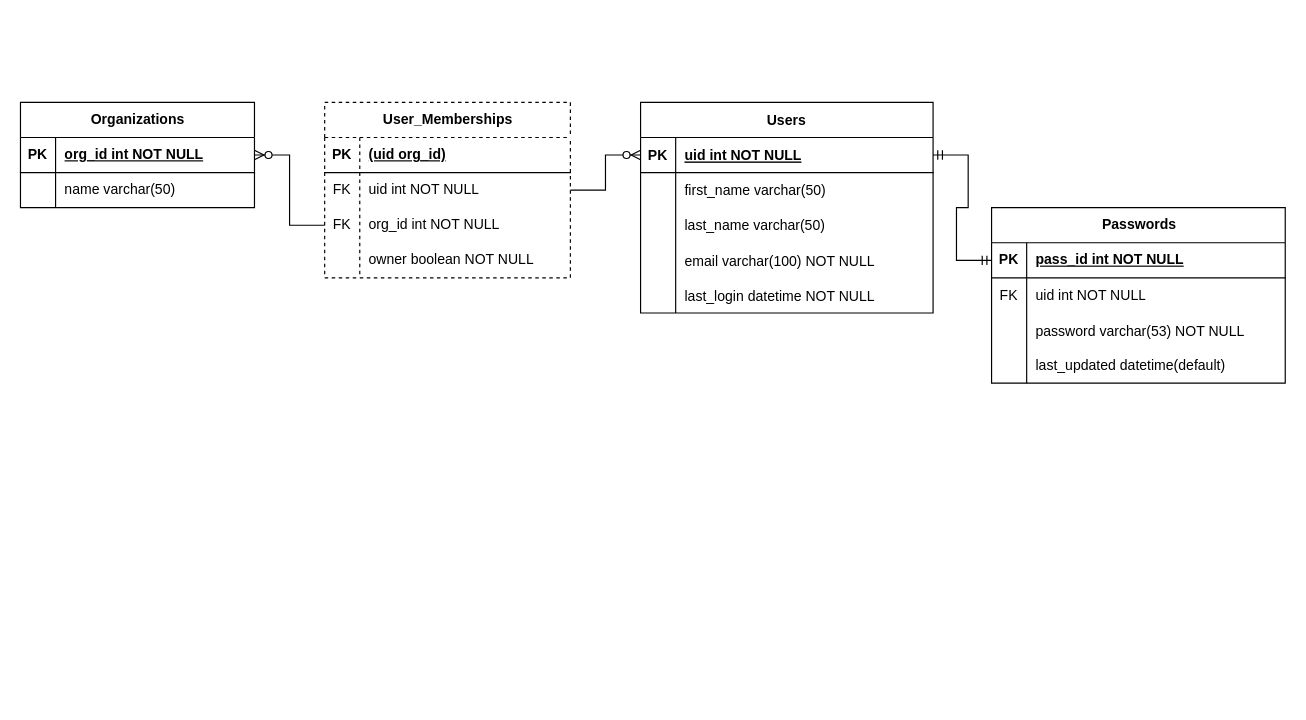
The draw.io diagram .diagrams/ERD_hindsite.drawio in Bilgecrank/hindsite, before the edit. Source tidied: cells renumbered, new cells numbered last; positions are measured from the earlier drawing's top-left corner, leaving out a move shared by most shapes. Both pictures are drawn from the tidied source at 117%, with x=0, y=0 at pixel (20, 102).
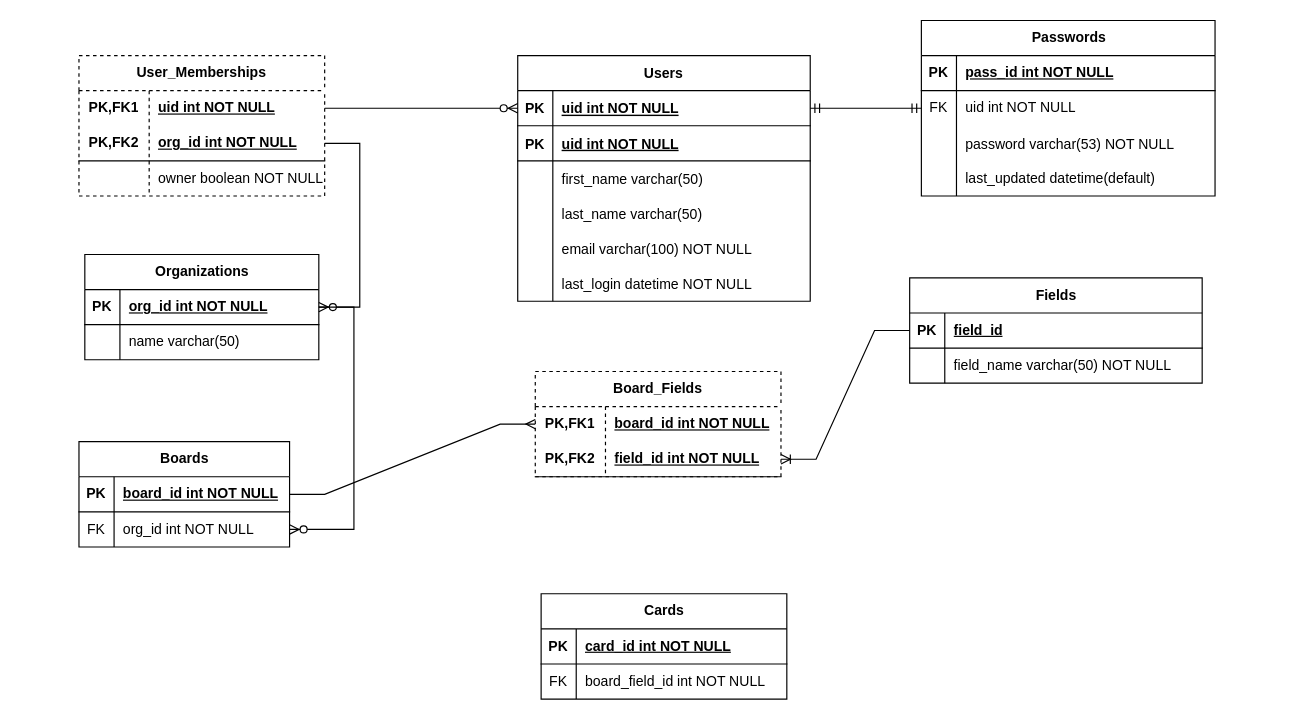
The same diagram, later.

Unchanged cells that the change refers to:
```xml
<mxCell id="3" style="shape=partialRectangle;fillColor=none;points=[[0,0.5],[1,0.5]];portConstraint=eastwest;top=0;left=0;right=0;bottom=1;" parent="2" vertex="1">
  <mxGeometry y="30" width="250" height="30" as="geometry" />
</mxCell>
<mxCell id="19" style="shape=tableRow;horizontal=0;startSize=0;swimlaneHead=0;swimlaneBody=0;fillColor=none;points=[[0,0.5],[1,0.5]];portConstraint=eastwest;top=0;left=0;right=0;bottom=1;" parent="18" vertex="1">
  <mxGeometry y="30" width="200" height="30" as="geometry" />
</mxCell>
<mxCell id="41" style="shape=tableRow;horizontal=0;startSize=0;swimlaneHead=0;swimlaneBody=0;fillColor=none;points=[[0,0.5],[1,0.5]];portConstraint=eastwest;top=0;left=0;right=0;bottom=1;" parent="40" vertex="1">
  <mxGeometry y="30" width="251" height="30" as="geometry" />
</mxCell>
```

Diff of the diagram source:
```diff
@@
     <mxCell id="2" value="Users" style="shape=table;startSize=30;childLayout=tableLayout;rowLines=0;fontStyle=1;align=center;" parent="1" vertex="1">
-      <mxGeometry x="530" width="250" height="180" as="geometry" />
+      <mxGeometry x="425" y="-40" width="250" height="210" as="geometry" />
     </mxCell>
@@
+    <mxCell id="54" style="shape=partialRectangle;fillColor=none;top=0;left=0;right=0;bottom=1;" parent="2" vertex="1">
+      <mxGeometry y="60" width="250" height="30" as="geometry" />
+    </mxCell>
+    <mxCell id="55" value="PK" style="shape=partialRectangle;overflow=hidden;fillColor=none;top=0;left=0;bottom=0;right=0;fontStyle=1;" parent="54" vertex="1">
+      <mxGeometry width="30" height="30" as="geometry" />
+    </mxCell>
+    <mxCell id="56" value="uid int NOT NULL " style="shape=partialRectangle;overflow=hidden;fillColor=none;top=0;left=0;bottom=0;right=0;align=left;spacingLeft=6;fontStyle=5;" parent="54" vertex="1">
+      <mxGeometry x="30" width="220" height="30" as="geometry" />
+    </mxCell>
     <mxCell id="6" style="shape=partialRectangle;fillColor=none;top=0;left=0;right=0;bottom=0;" parent="2" vertex="1">
-      <mxGeometry y="60" width="250" height="30" as="geometry" />
+      <mxGeometry y="90" width="250" height="30" as="geometry" />
     </mxCell>
@@
     <mxCell id="9" style="shape=partialRectangle;fillColor=none;top=0;left=0;right=0;bottom=0;" parent="2" vertex="1">
-      <mxGeometry y="90" width="250" height="30" as="geometry" />
+      <mxGeometry y="120" width="250" height="30" as="geometry" />
     </mxCell>
@@
     <mxCell id="12" style="shape=partialRectangle;fillColor=none;top=0;left=0;right=0;bottom=0;" parent="2" vertex="1">
-      <mxGeometry y="120" width="250" height="30" as="geometry" />
+      <mxGeometry y="150" width="250" height="30" as="geometry" />
     </mxCell>
@@
     <mxCell id="15" style="shape=partialRectangle;fillColor=none;top=0;left=0;right=0;bottom=0;" parent="2" vertex="1">
-      <mxGeometry y="150" width="250" height="30" as="geometry" />
+      <mxGeometry y="180" width="250" height="30" as="geometry" />
     </mxCell>
@@
     <mxCell id="18" value="Organizations" style="shape=table;startSize=30;childLayout=tableLayout;rowLines=0;fontStyle=1;align=center;html=1;" parent="1" vertex="1">
-      <mxGeometry width="200" height="90" as="geometry" />
+      <mxGeometry x="55" y="130" width="200" height="90" as="geometry" />
     </mxCell>
@@
-    <mxCell id="25" value="User_Memberships" style="shape=table;startSize=30;childLayout=tableLayout;rowLines=0;fontStyle=1;align=center;html=1;dashed=1;" parent="1" vertex="1">
-      <mxGeometry x="260" width="210" height="150" as="geometry" />
-    </mxCell>
-    <mxCell id="26" style="shape=tableRow;horizontal=0;startSize=0;swimlaneHead=0;swimlaneBody=0;fillColor=none;top=0;left=0;right=0;bottom=1;" parent="25" vertex="1">
-      <mxGeometry y="30" width="210" height="30" as="geometry" />
-    </mxCell>
-    <mxCell id="27" value="PK" style="shape=partialRectangle;fillColor=none;top=0;left=0;bottom=0;right=0;fontStyle=1;overflow=hidden;whiteSpace=wrap;html=1;" parent="26" vertex="1">
-      <mxGeometry width="30" height="30" as="geometry" />
-    </mxCell>
-    <mxCell id="28" value="(uid org_id)" style="shape=partialRectangle;fillColor=none;top=0;left=0;bottom=0;right=0;align=left;spacingLeft=6;fontStyle=5;overflow=hidden;whiteSpace=wrap;html=1;" parent="26" vertex="1">
-      <mxGeometry x="30" width="180" height="30" as="geometry" />
-    </mxCell>
-    <mxCell id="29" style="shape=tableRow;horizontal=0;startSize=0;swimlaneHead=0;swimlaneBody=0;fillColor=none;points=[[0,0.5],[1,0.5]];portConstraint=eastwest;top=0;left=0;right=0;bottom=0;" parent="25" vertex="1">
-      <mxGeometry y="60" width="210" height="30" as="geometry" />
-    </mxCell>
-    <mxCell id="30" value="FK" style="shape=partialRectangle;fillColor=none;top=0;left=0;bottom=0;right=0;overflow=hidden;whiteSpace=wrap;html=1;" parent="29" vertex="1">
-      <mxGeometry width="30" height="30" as="geometry" />
-    </mxCell>
-    <mxCell id="31" value="uid int NOT NULL" style="shape=partialRectangle;fillColor=none;top=0;left=0;bottom=0;right=0;align=left;spacingLeft=6;overflow=hidden;whiteSpace=wrap;html=1;" parent="29" vertex="1">
-      <mxGeometry x="30" width="180" height="30" as="geometry" />
-    </mxCell>
-    <mxCell id="32" style="shape=tableRow;horizontal=0;startSize=0;swimlaneHead=0;swimlaneBody=0;fillColor=none;points=[[0,0.5],[1,0.5]];portConstraint=eastwest;top=0;left=0;right=0;bottom=0;" parent="25" vertex="1">
-      <mxGeometry y="90" width="210" height="30" as="geometry" />
-    </mxCell>
-    <mxCell id="33" value="FK" style="shape=partialRectangle;fillColor=none;top=0;left=0;bottom=0;right=0;overflow=hidden;whiteSpace=wrap;html=1;" parent="32" vertex="1">
-      <mxGeometry width="30" height="30" as="geometry" />
-    </mxCell>
-    <mxCell id="34" value="org_id int NOT NULL" style="shape=partialRectangle;fillColor=none;top=0;left=0;bottom=0;right=0;align=left;spacingLeft=6;overflow=hidden;whiteSpace=wrap;html=1;" parent="32" vertex="1">
-      <mxGeometry x="30" width="180" height="30" as="geometry" />
-    </mxCell>
-    <mxCell id="35" style="shape=tableRow;horizontal=0;startSize=0;swimlaneHead=0;swimlaneBody=0;fillColor=none;top=0;left=0;right=0;bottom=0;" parent="25" vertex="1">
-      <mxGeometry y="120" width="210" height="30" as="geometry" />
-    </mxCell>
-    <mxCell id="36" style="shape=partialRectangle;fillColor=none;top=0;left=0;bottom=0;right=0;overflow=hidden;whiteSpace=wrap;html=1;" parent="35" vertex="1">
-      <mxGeometry width="30" height="30" as="geometry" />
-    </mxCell>
-    <mxCell id="37" value="owner boolean NOT NULL" style="shape=partialRectangle;fillColor=none;top=0;left=0;bottom=0;right=0;align=left;spacingLeft=6;overflow=hidden;whiteSpace=wrap;html=1;" parent="35" vertex="1">
-      <mxGeometry x="30" width="180" height="30" as="geometry" />
-    </mxCell>
-    <mxCell id="38" style="edgeStyle=entityRelationEdgeStyle;fontSize=12;html=1;endArrow=ERzeroToMany;endFill=1;rounded=0;exitX=1;exitY=0.5;exitDx=0;exitDy=0;entryX=0;entryY=0.5;entryDx=0;entryDy=0;" parent="1" edge="1" source="29" target="3">
-      <mxGeometry relative="1" as="geometry" />
+    <mxCell id="38" style="edgeStyle=entityRelationEdgeStyle;fontSize=12;html=1;endArrow=ERzeroToMany;endFill=1;rounded=0;" parent="1" edge="1" source="57" target="3">
+      <mxGeometry relative="1" as="geometry">
+        <Array as="points">
+          <mxPoint x="362.8" y="275" />
+          <mxPoint x="770" y="355" />
+          <mxPoint x="82.8" y="290" />
+          <mxPoint x="-7.2" y="350" />
+          <mxPoint x="-27.2" y="350" />
+          <mxPoint x="72.8" y="270" />
+          <mxPoint x="92.8" y="240" />
+        </Array>
+      </mxGeometry>
     </mxCell>
-    <mxCell id="39" style="edgeStyle=entityRelationEdgeStyle;fontSize=12;html=1;endArrow=ERzeroToMany;endFill=1;rounded=0;" parent="1" edge="1" source="32" target="19">
+    <mxCell id="39" style="edgeStyle=entityRelationEdgeStyle;fontSize=12;html=1;endArrow=ERzeroToMany;endFill=1;rounded=0;" parent="1" edge="1" source="60" target="19">
       <mxGeometry relative="1" as="geometry" />
     </mxCell>
     <mxCell id="40" value="Passwords" style="shape=table;startSize=30;childLayout=tableLayout;rowLines=0;fontStyle=1;align=center;html=1;" parent="1" vertex="1">
-      <mxGeometry x="830" y="90" width="251" height="150" as="geometry" />
+      <mxGeometry x="770" y="-70" width="251" height="150" as="geometry" />
     </mxCell>
@@
-    <mxCell id="53" style="edgeStyle=entityRelationEdgeStyle;fontSize=12;html=1;endArrow=ERmandOne;startArrow=ERmandOne;rounded=0;entryX=0;entryY=0.5;entryDx=0;entryDy=0;exitX=1;exitY=0.5;exitDx=0;exitDy=0;" parent="1" edge="1" source="3" target="41">
-      <mxGeometry relative="1" as="geometry" />
+    <mxCell id="53" style="edgeStyle=entityRelationEdgeStyle;fontSize=12;html=1;endArrow=ERmandOne;startArrow=ERmandOne;rounded=0;" parent="1" edge="1" source="3" target="40">
+      <mxGeometry relative="1" as="geometry">
+        <Array as="points">
+          <mxPoint x="730" y="-30" />
+          <mxPoint x="686" />
+        </Array>
+      </mxGeometry>
     </mxCell>
+    <mxCell id="25" value="User_Memberships" style="shape=table;startSize=30;childLayout=tableLayout;rowLines=0;fontStyle=1;align=center;html=1;whiteSpace=wrap;dashed=1;" parent="1" vertex="1">
+      <mxGeometry x="50" y="-40" width="210" height="120" as="geometry" />
+    </mxCell>
+    <mxCell id="57" style="shape=tableRow;horizontal=0;startSize=0;swimlaneHead=0;swimlaneBody=0;fillColor=none;points=[[0,0.5],[1,0.5]];portConstraint=eastwest;top=0;left=0;right=0;bottom=0;html=1;" parent="25" vertex="1">
+      <mxGeometry y="30" width="210" height="30" as="geometry" />
+    </mxCell>
+    <mxCell id="58" value="PK,FK1" style="shape=partialRectangle;fillColor=none;top=0;left=0;bottom=0;right=0;fontStyle=1;overflow=hidden;html=1;whiteSpace=wrap;" parent="57" vertex="1">
+      <mxGeometry width="60" height="30" as="geometry" />
+    </mxCell>
+    <mxCell id="59" value="uid int NOT NULL" style="shape=partialRectangle;fillColor=none;top=0;left=0;bottom=0;right=0;align=left;spacingLeft=6;fontStyle=5;overflow=hidden;html=1;whiteSpace=wrap;" parent="57" vertex="1">
+      <mxGeometry x="60" width="150" height="30" as="geometry" />
+    </mxCell>
+    <mxCell id="60" style="shape=tableRow;horizontal=0;startSize=0;swimlaneHead=0;swimlaneBody=0;fillColor=none;points=[[0,0.5],[1,0.5]];portConstraint=eastwest;top=0;left=0;right=0;bottom=1;html=1;" parent="25" vertex="1">
+      <mxGeometry y="60" width="210" height="30" as="geometry" />
+    </mxCell>
+    <mxCell id="61" value="PK,FK2" style="shape=partialRectangle;fillColor=none;top=0;left=0;bottom=0;right=0;fontStyle=1;overflow=hidden;html=1;whiteSpace=wrap;" parent="60" vertex="1">
+      <mxGeometry width="60" height="30" as="geometry" />
+    </mxCell>
+    <mxCell id="62" value="org_id int NOT NULL" style="shape=partialRectangle;fillColor=none;top=0;left=0;bottom=0;right=0;align=left;spacingLeft=6;fontStyle=5;overflow=hidden;html=1;whiteSpace=wrap;" parent="60" vertex="1">
+      <mxGeometry x="60" width="150" height="30" as="geometry" />
+    </mxCell>
+    <mxCell id="63" style="shape=tableRow;horizontal=0;startSize=0;swimlaneHead=0;swimlaneBody=0;fillColor=none;top=0;left=0;right=0;bottom=0;html=1;" parent="25" vertex="1">
+      <mxGeometry y="90" width="210" height="30" as="geometry" />
+    </mxCell>
+    <mxCell id="64" style="shape=partialRectangle;fillColor=none;top=0;left=0;bottom=0;right=0;overflow=hidden;html=1;whiteSpace=wrap;" parent="63" vertex="1">
+      <mxGeometry width="60" height="30" as="geometry" />
+    </mxCell>
+    <mxCell id="37" value="owner boolean NOT NULL" style="shape=partialRectangle;fillColor=none;top=0;left=0;bottom=0;right=0;align=left;spacingLeft=6;overflow=hidden;html=1;whiteSpace=wrap;" parent="63" vertex="1">
+      <mxGeometry x="60" width="150" height="30" as="geometry" />
+    </mxCell>
+    <mxCell id="65" value="Boards" style="shape=table;startSize=30;childLayout=tableLayout;rowLines=0;fontStyle=1;align=center;html=1;" parent="1" vertex="1">
+      <mxGeometry x="50" y="290" width="180" height="90" as="geometry" />
+    </mxCell>
+    <mxCell id="66" style="shape=tableRow;horizontal=0;startSize=0;swimlaneHead=0;swimlaneBody=0;fillColor=none;points=[[0,0.5],[1,0.5]];portConstraint=eastwest;top=0;left=0;right=0;bottom=1;" parent="65" vertex="1">
+      <mxGeometry y="30" width="180" height="30" as="geometry" />
+    </mxCell>
+    <mxCell id="67" value="PK" style="shape=partialRectangle;fillColor=none;top=0;left=0;bottom=0;right=0;fontStyle=1;overflow=hidden;whiteSpace=wrap;html=1;" parent="66" vertex="1">
+      <mxGeometry width="30" height="30" as="geometry" />
+    </mxCell>
+    <mxCell id="68" value="board_id int NOT NULL" style="shape=partialRectangle;fillColor=none;top=0;left=0;bottom=0;right=0;align=left;spacingLeft=6;fontStyle=5;overflow=hidden;whiteSpace=wrap;html=1;" parent="66" vertex="1">
+      <mxGeometry x="30" width="150" height="30" as="geometry" />
+    </mxCell>
+    <mxCell id="69" style="shape=tableRow;horizontal=0;startSize=0;swimlaneHead=0;swimlaneBody=0;fillColor=none;points=[[0,0.5],[1,0.5]];portConstraint=eastwest;top=0;left=0;right=0;bottom=0;" parent="65" vertex="1">
+      <mxGeometry y="60" width="180" height="30" as="geometry" />
+    </mxCell>
+    <mxCell id="70" value="FK" style="shape=partialRectangle;fillColor=none;top=0;left=0;bottom=0;right=0;overflow=hidden;whiteSpace=wrap;html=1;" parent="69" vertex="1">
+      <mxGeometry width="30" height="30" as="geometry" />
+    </mxCell>
+    <mxCell id="34" value="org_id int NOT NULL" style="shape=partialRectangle;fillColor=none;top=0;left=0;bottom=0;right=0;align=left;spacingLeft=6;overflow=hidden;whiteSpace=wrap;html=1;" parent="69" vertex="1">
+      <mxGeometry x="30" width="150" height="30" as="geometry" />
+    </mxCell>
+    <mxCell id="71" value="Cards" style="shape=table;startSize=30;childLayout=tableLayout;rowLines=0;fontStyle=1;align=center;html=1;" parent="1" vertex="1">
+      <mxGeometry x="445" y="420" width="210" height="90" as="geometry" />
+    </mxCell>
+    <mxCell id="26" style="shape=tableRow;horizontal=0;startSize=0;swimlaneHead=0;swimlaneBody=0;fillColor=none;top=0;left=0;right=0;bottom=1;" parent="71" vertex="1">
+      <mxGeometry y="30" width="210" height="30" as="geometry" />
+    </mxCell>
+    <mxCell id="72" value="PK" style="shape=partialRectangle;fillColor=none;top=0;left=0;bottom=0;right=0;fontStyle=1;overflow=hidden;whiteSpace=wrap;html=1;" parent="26" vertex="1">
+      <mxGeometry width="30" height="30" as="geometry" />
+    </mxCell>
+    <mxCell id="73" value="card_id int NOT NULL" style="shape=partialRectangle;fillColor=none;top=0;left=0;bottom=0;right=0;align=left;spacingLeft=6;fontStyle=5;overflow=hidden;whiteSpace=wrap;html=1;" parent="26" vertex="1">
+      <mxGeometry x="30" width="180" height="30" as="geometry" />
+    </mxCell>
+    <mxCell id="29" style="shape=tableRow;horizontal=0;startSize=0;swimlaneHead=0;swimlaneBody=0;fillColor=none;points=[[0,0.5],[1,0.5]];portConstraint=eastwest;top=0;left=0;right=0;bottom=0;" parent="71" vertex="1">
+      <mxGeometry y="60" width="210" height="30" as="geometry" />
+    </mxCell>
+    <mxCell id="74" value="FK" style="shape=partialRectangle;fillColor=none;top=0;left=0;bottom=0;right=0;fontStyle=0;overflow=hidden;whiteSpace=wrap;html=1;" parent="29" vertex="1">
+      <mxGeometry width="30" height="30" as="geometry" />
+    </mxCell>
+    <mxCell id="75" value="board_field_id int NOT NULL" style="shape=partialRectangle;fillColor=none;top=0;left=0;bottom=0;right=0;align=left;spacingLeft=6;fontStyle=0;overflow=hidden;whiteSpace=wrap;html=1;" parent="29" vertex="1">
+      <mxGeometry x="30" width="180" height="30" as="geometry" />
+    </mxCell>
+    <mxCell id="76" value="Fields" style="shape=table;startSize=30;childLayout=tableLayout;rowLines=0;fontStyle=1;align=center;html=1;" parent="1" vertex="1">
+      <mxGeometry x="760" y="150" width="250" height="90" as="geometry" />
+    </mxCell>
+    <mxCell id="77" style="shape=tableRow;horizontal=0;startSize=0;swimlaneHead=0;swimlaneBody=0;fillColor=none;points=[[0,0.5],[1,0.5]];portConstraint=eastwest;top=0;left=0;right=0;bottom=1;" parent="76" vertex="1">
+      <mxGeometry y="30" width="250" height="30" as="geometry" />
+    </mxCell>
+    <mxCell id="78" value="PK" style="shape=partialRectangle;fillColor=none;top=0;left=0;bottom=0;right=0;fontStyle=1;overflow=hidden;whiteSpace=wrap;html=1;" parent="77" vertex="1">
+      <mxGeometry width="30" height="30" as="geometry" />
+    </mxCell>
+    <mxCell id="79" value="field_id" style="shape=partialRectangle;fillColor=none;top=0;left=0;bottom=0;right=0;align=left;spacingLeft=6;fontStyle=5;overflow=hidden;whiteSpace=wrap;html=1;" parent="77" vertex="1">
+      <mxGeometry x="30" width="220" height="30" as="geometry" />
+    </mxCell>
+    <mxCell id="80" style="shape=tableRow;horizontal=0;startSize=0;swimlaneHead=0;swimlaneBody=0;fillColor=none;top=0;left=0;right=0;bottom=0;" parent="76" vertex="1">
+      <mxGeometry y="60" width="250" height="30" as="geometry" />
+    </mxCell>
+    <mxCell id="36" style="shape=partialRectangle;fillColor=none;top=0;left=0;bottom=0;right=0;overflow=hidden;whiteSpace=wrap;html=1;" parent="80" vertex="1">
+      <mxGeometry width="30" height="30" as="geometry" />
+    </mxCell>
+    <mxCell id="81" value="field_name varchar(50) NOT NULL" style="shape=partialRectangle;fillColor=none;top=0;left=0;bottom=0;right=0;align=left;spacingLeft=6;overflow=hidden;whiteSpace=wrap;html=1;" parent="80" vertex="1">
+      <mxGeometry x="30" width="220" height="30" as="geometry" />
+    </mxCell>
+    <mxCell id="82" value="Board_Fields" style="shape=table;startSize=30;childLayout=tableLayout;rowLines=0;fontStyle=1;align=center;html=1;whiteSpace=wrap;dashed=1;" parent="1" vertex="1">
+      <mxGeometry x="440" y="230" width="210" height="90" as="geometry" />
+    </mxCell>
+    <mxCell id="83" style="shape=tableRow;horizontal=0;startSize=0;swimlaneHead=0;swimlaneBody=0;fillColor=none;points=[[0,0.5],[1,0.5]];portConstraint=eastwest;top=0;left=0;right=0;bottom=0;html=1;" parent="82" vertex="1">
+      <mxGeometry y="30" width="210" height="30" as="geometry" />
+    </mxCell>
+    <mxCell id="84" value="PK,FK1" style="shape=partialRectangle;fillColor=none;top=0;left=0;bottom=0;right=0;fontStyle=1;overflow=hidden;html=1;whiteSpace=wrap;" parent="83" vertex="1">
+      <mxGeometry width="60" height="30" as="geometry" />
+    </mxCell>
+    <mxCell id="85" value="board_id int NOT NULL" style="shape=partialRectangle;fillColor=none;top=0;left=0;bottom=0;right=0;align=left;spacingLeft=6;fontStyle=5;overflow=hidden;html=1;whiteSpace=wrap;" parent="83" vertex="1">
+      <mxGeometry x="60" width="150" height="30" as="geometry" />
+    </mxCell>
+    <mxCell id="86" style="shape=tableRow;horizontal=0;startSize=0;swimlaneHead=0;swimlaneBody=0;fillColor=none;points=[[0,0.5],[1,0.5]];portConstraint=eastwest;top=0;left=0;right=0;bottom=1;html=1;" parent="82" vertex="1">
+      <mxGeometry y="60" width="210" height="30" as="geometry" />
+    </mxCell>
+    <mxCell id="87" value="PK,FK2" style="shape=partialRectangle;fillColor=none;top=0;left=0;bottom=0;right=0;fontStyle=1;overflow=hidden;html=1;whiteSpace=wrap;" parent="86" vertex="1">
+      <mxGeometry width="60" height="30" as="geometry" />
+    </mxCell>
+    <mxCell id="88" value="field_id int NOT NULL" style="shape=partialRectangle;fillColor=none;top=0;left=0;bottom=0;right=0;align=left;spacingLeft=6;fontStyle=5;overflow=hidden;html=1;whiteSpace=wrap;" parent="86" vertex="1">
+      <mxGeometry x="60" width="150" height="30" as="geometry" />
+    </mxCell>
+    <mxCell id="89" style="edgeStyle=entityRelationEdgeStyle;fontSize=12;html=1;endArrow=ERoneToMany;rounded=0;" parent="1" edge="1" source="77" target="86">
+      <mxGeometry relative="1" as="geometry" />
+    </mxCell>
+    <mxCell id="90" style="edgeStyle=entityRelationEdgeStyle;fontSize=12;html=1;endArrow=ERmany;rounded=0;" parent="1" edge="1" source="66" target="83">
+      <mxGeometry relative="1" as="geometry" />
+    </mxCell>
+    <mxCell id="91" style="edgeStyle=entityRelationEdgeStyle;fontSize=12;html=1;endArrow=ERzeroToMany;endFill=1;rounded=0;" parent="1" edge="1" source="19" target="69">
+      <mxGeometry relative="1" as="geometry">
+        <Array as="points">
+          <mxPoint x="-235" y="275" />
+          <mxPoint x="30" y="305" />
+          <mxPoint x="-15" y="295" />
+          <mxPoint x="-15" y="285" />
+        </Array>
+      </mxGeometry>
+    </mxCell>
```
